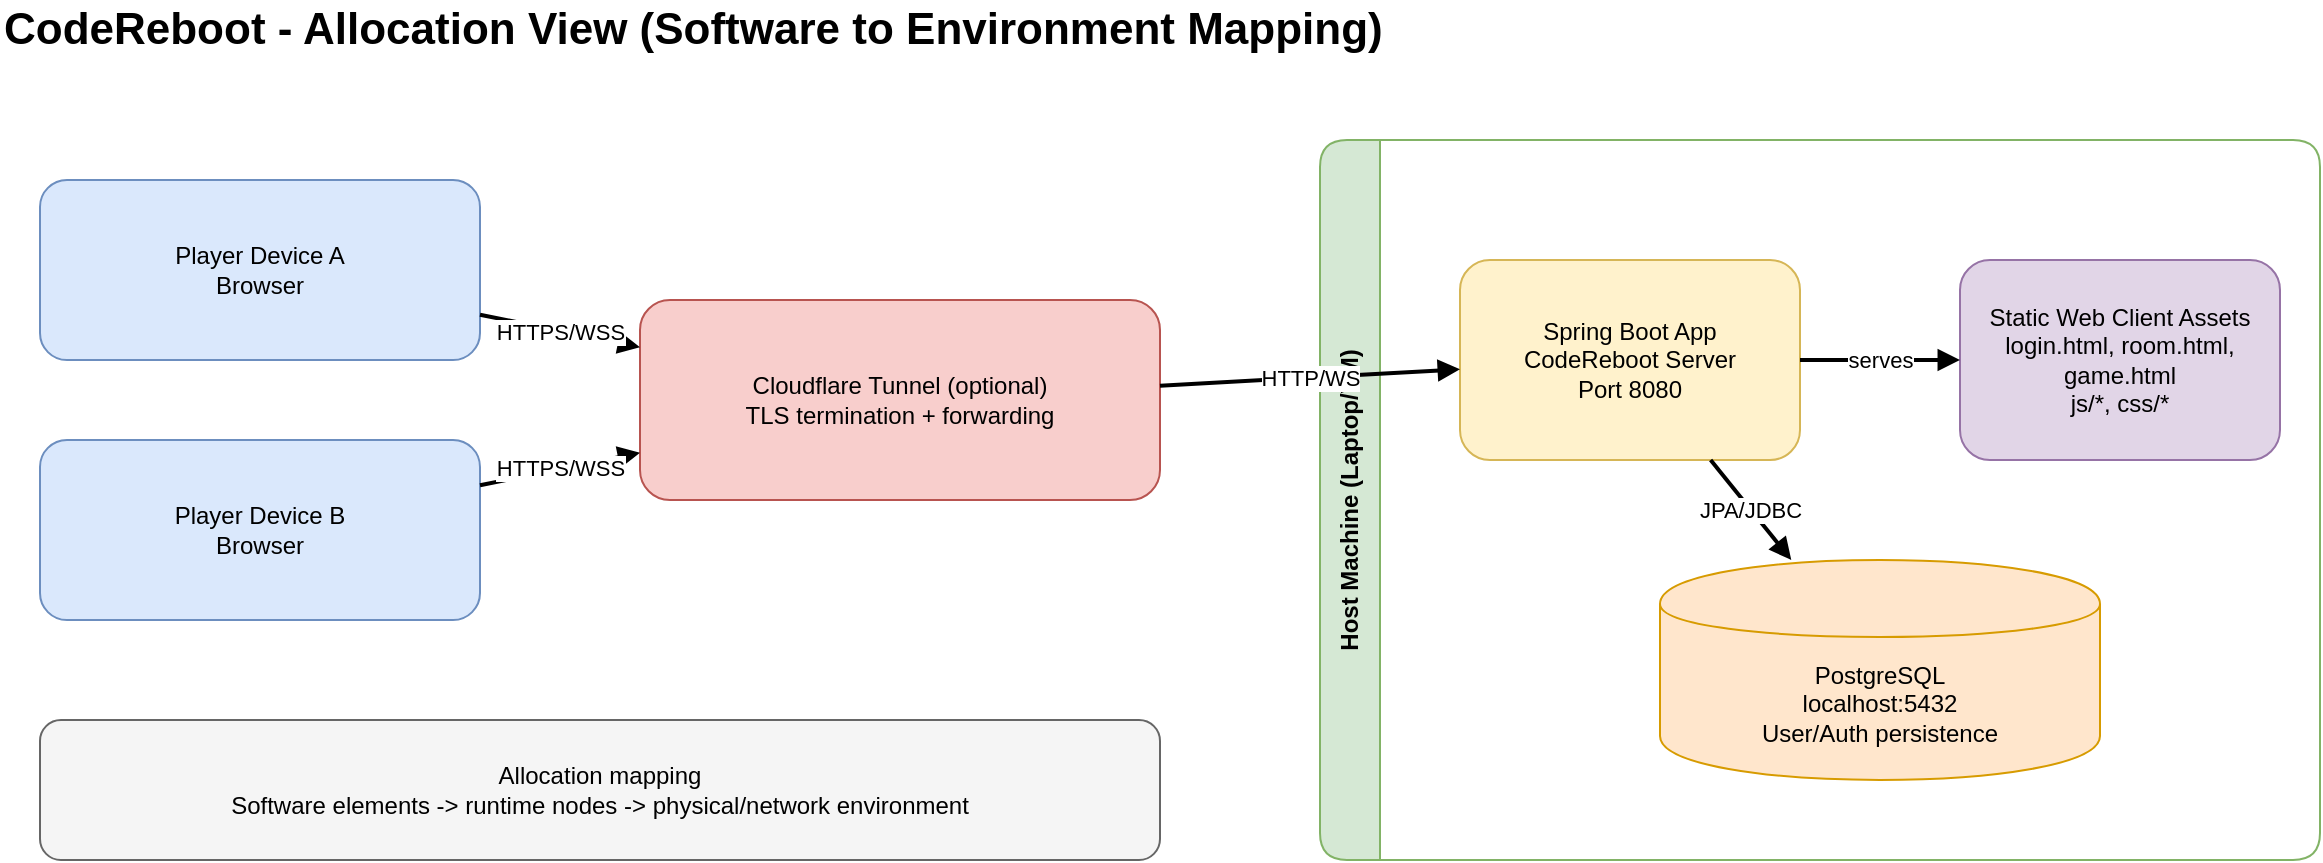
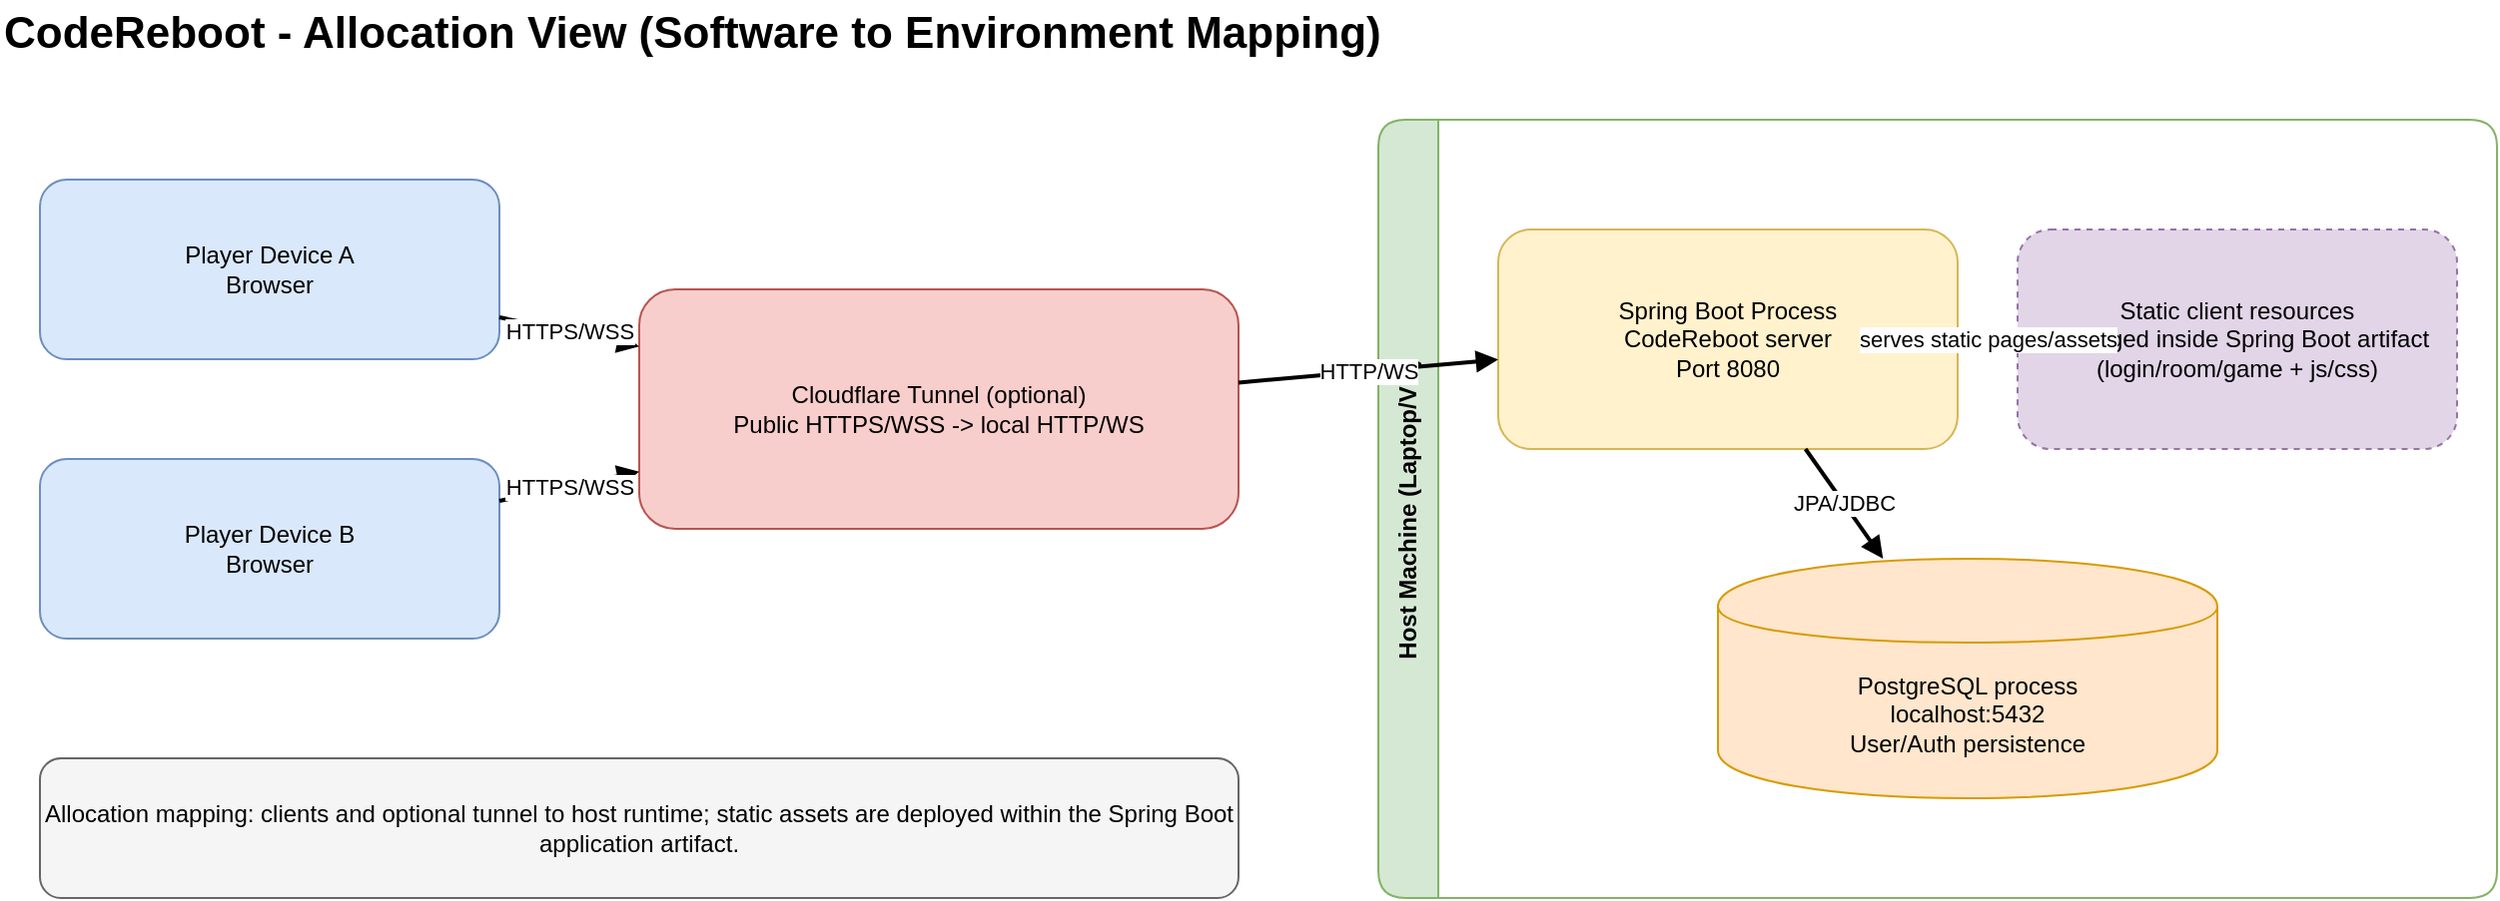
<mxfile host="65bd71144e">
    <diagram id="allocation-view-1" name="Allocation View">
        <mxGraphModel dx="1355" dy="602" grid="1" gridSize="10" guides="1" tooltips="1" connect="1" arrows="1" fold="1" page="1" pageScale="1" pageWidth="1600" pageHeight="1000" math="0" shadow="0">
            <root>
                <mxCell id="0"/>
                <mxCell id="1" parent="0"/>
                <mxCell id="title" value="CodeReboot - Allocation View (Software to Environment Mapping)" style="text;html=1;strokeColor=none;fillColor=none;align=left;verticalAlign=middle;whiteSpace=wrap;rounded=0;fontSize=22;fontStyle=1;" parent="1" vertex="1">
-                     <mxGeometry x="40" y="20" width="760" height="30" as="geometry"/>
+                     <mxGeometry x="40" y="20" width="860" height="34" as="geometry"/>
                </mxCell>
                <mxCell id="deviceA" value="Player Device A&#xa;Browser" style="rounded=1;whiteSpace=wrap;html=1;fillColor=#dae8fc;strokeColor=#6c8ebf;" parent="1" vertex="1">
-                     <mxGeometry x="60" y="110" width="220" height="90" as="geometry"/>
+                     <mxGeometry x="60" y="110" width="230" height="90" as="geometry"/>
                </mxCell>
                <mxCell id="deviceB" value="Player Device B&#xa;Browser" style="rounded=1;whiteSpace=wrap;html=1;fillColor=#dae8fc;strokeColor=#6c8ebf;" parent="1" vertex="1">
-                     <mxGeometry x="60" y="240" width="220" height="90" as="geometry"/>
+                     <mxGeometry x="60" y="250" width="230" height="90" as="geometry"/>
                </mxCell>
-                 <mxCell id="tunnel" value="Cloudflare Tunnel (optional)&#xa;TLS termination + forwarding" style="rounded=1;whiteSpace=wrap;html=1;fillColor=#f8cecc;strokeColor=#b85450;" parent="1" vertex="1">
-                     <mxGeometry x="360" y="170" width="260" height="100" as="geometry"/>
+                 <mxCell id="tunnel" value="Cloudflare Tunnel (optional)&#xa;Public HTTPS/WSS -&gt; local HTTP/WS" style="rounded=1;whiteSpace=wrap;html=1;fillColor=#f8cecc;strokeColor=#b85450;" parent="1" vertex="1">
+                     <mxGeometry x="360" y="165" width="300" height="120" as="geometry"/>
                </mxCell>
                <mxCell id="host" value="Host Machine (Laptop/VM)" style="swimlane;horizontal=0;rounded=1;whiteSpace=wrap;html=1;fillColor=#d5e8d4;strokeColor=#82b366;startSize=30;" parent="1" vertex="1">
-                     <mxGeometry x="700" y="90" width="500" height="360" as="geometry"/>
+                     <mxGeometry x="730" y="80" width="560" height="390" as="geometry"/>
                </mxCell>
-                 <mxCell id="app" value="Spring Boot App&#xa;CodeReboot Server&#xa;Port 8080" style="rounded=1;whiteSpace=wrap;html=1;fillColor=#fff2cc;strokeColor=#d6b656;" parent="host" vertex="1">
-                     <mxGeometry x="70" y="60" width="170" height="100" as="geometry"/>
+                 <mxCell id="app" value="Spring Boot Process&#xa;CodeReboot server&#xa;Port 8080" style="rounded=1;whiteSpace=wrap;html=1;fillColor=#fff2cc;strokeColor=#d6b656;" parent="host" vertex="1">
+                     <mxGeometry x="60" y="55" width="230" height="110" as="geometry"/>
                </mxCell>
-                 <mxCell id="static" value="Static Web Client Assets&#xa;login.html, room.html, game.html&#xa;js/*, css/*" style="rounded=1;whiteSpace=wrap;html=1;fillColor=#e1d5e7;strokeColor=#9673a6;" parent="host" vertex="1">
-                     <mxGeometry x="320" y="60" width="160" height="100" as="geometry"/>
+                 <mxCell id="static" value="Static client resources&#xa;packaged inside Spring Boot artifact&#xa;(login/room/game + js/css)" style="rounded=1;whiteSpace=wrap;html=1;dashed=1;fillColor=#e1d5e7;strokeColor=#9673a6;" parent="host" vertex="1">
+                     <mxGeometry x="320" y="55" width="220" height="110" as="geometry"/>
                </mxCell>
-                 <mxCell id="db" value="PostgreSQL&#xa;localhost:5432&#xa;User/Auth persistence" style="shape=cylinder;whiteSpace=wrap;html=1;boundedLbl=1;fillColor=#ffe6cc;strokeColor=#d79b00;" parent="host" vertex="1">
-                     <mxGeometry x="170" y="210" width="220" height="110" as="geometry"/>
-                 </mxCell>
-                 <mxCell id="e4" value="serves" style="endArrow=block;html=1;strokeWidth=2;" parent="host" source="app" target="static" edge="1">
-                     <mxGeometry relative="1" as="geometry"/>
-                 </mxCell>
-                 <mxCell id="e5" value="JPA/JDBC" style="endArrow=block;html=1;strokeWidth=2;" parent="host" source="app" target="db" edge="1">
-                     <mxGeometry relative="1" as="geometry"/>
+                 <mxCell id="db" value="PostgreSQL process&#xa;localhost:5432&#xa;User/Auth persistence" style="shape=cylinder;whiteSpace=wrap;html=1;boundedLbl=1;fillColor=#ffe6cc;strokeColor=#d79b00;" parent="host" vertex="1">
+                     <mxGeometry x="170" y="220" width="250" height="120" as="geometry"/>
                </mxCell>
                <mxCell id="e1" value="HTTPS/WSS" style="endArrow=block;html=1;strokeWidth=2;" parent="1" source="deviceA" target="tunnel" edge="1">
                    <mxGeometry relative="1" as="geometry"/>
                </mxCell>
                <mxCell id="e2" value="HTTPS/WSS" style="endArrow=block;html=1;strokeWidth=2;" parent="1" source="deviceB" target="tunnel" edge="1">
                    <mxGeometry relative="1" as="geometry"/>
                </mxCell>
                <mxCell id="e3" value="HTTP/WS" style="endArrow=block;html=1;strokeWidth=2;" parent="1" source="tunnel" target="app" edge="1">
                    <mxGeometry relative="1" as="geometry"/>
                </mxCell>
-                 <mxCell id="legend" value="Allocation mapping&#xa;Software elements -&gt; runtime nodes -&gt; physical/network environment" style="rounded=1;whiteSpace=wrap;html=1;fillColor=#f5f5f5;strokeColor=#666666;fontSize=12;" parent="1" vertex="1">
-                     <mxGeometry x="60" y="380" width="560" height="70" as="geometry"/>
+                 <mxCell id="e4" value="serves static pages/assets" style="endArrow=block;html=1;strokeWidth=2;" parent="host" source="app" target="static" edge="1">
+                     <mxGeometry relative="1" as="geometry"/>
+                 </mxCell>
+                 <mxCell id="e5" value="JPA/JDBC" style="endArrow=block;html=1;strokeWidth=2;" parent="host" source="app" target="db" edge="1">
+                     <mxGeometry relative="1" as="geometry"/>
+                 </mxCell>
+                 <mxCell id="legend" value="Allocation mapping: clients and optional tunnel to host runtime; static assets are deployed within the Spring Boot application artifact." style="rounded=1;whiteSpace=wrap;html=1;fillColor=#f5f5f5;strokeColor=#666666;fontSize=12;" parent="1" vertex="1">
+                     <mxGeometry x="60" y="400" width="600" height="70" as="geometry"/>
                </mxCell>
            </root>
        </mxGraphModel>
    </diagram>
</mxfile>